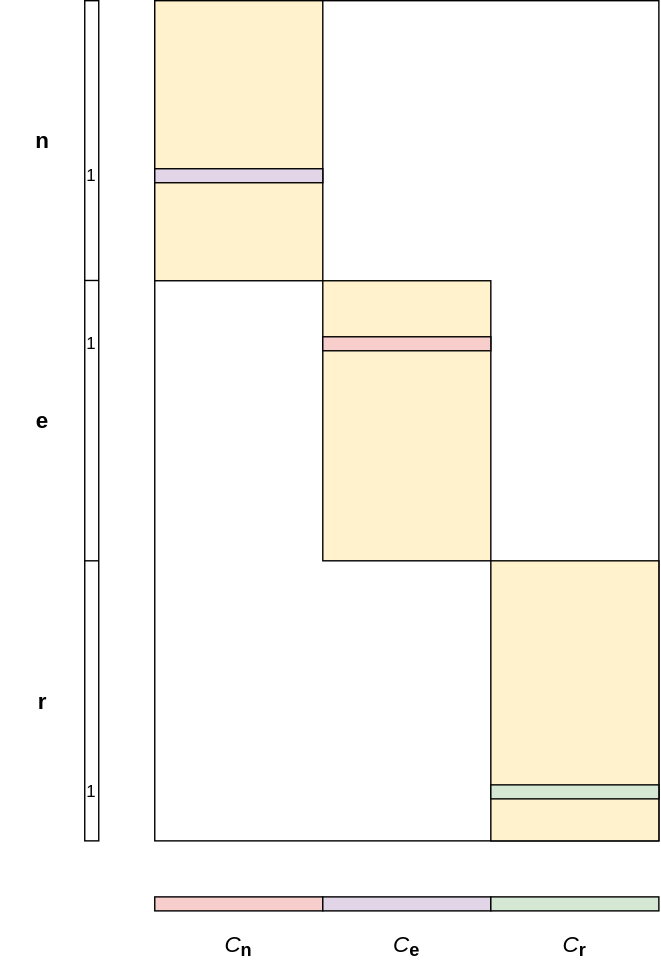
Earlier version of the draw.io export docs/img/embedding.drawio.svg (particle1331/ok-transformer). Source tidied: cells renumbered, new cells last; positions are measured from the earlier drawing's top-left corner, leaving out a move shared by most shapes.
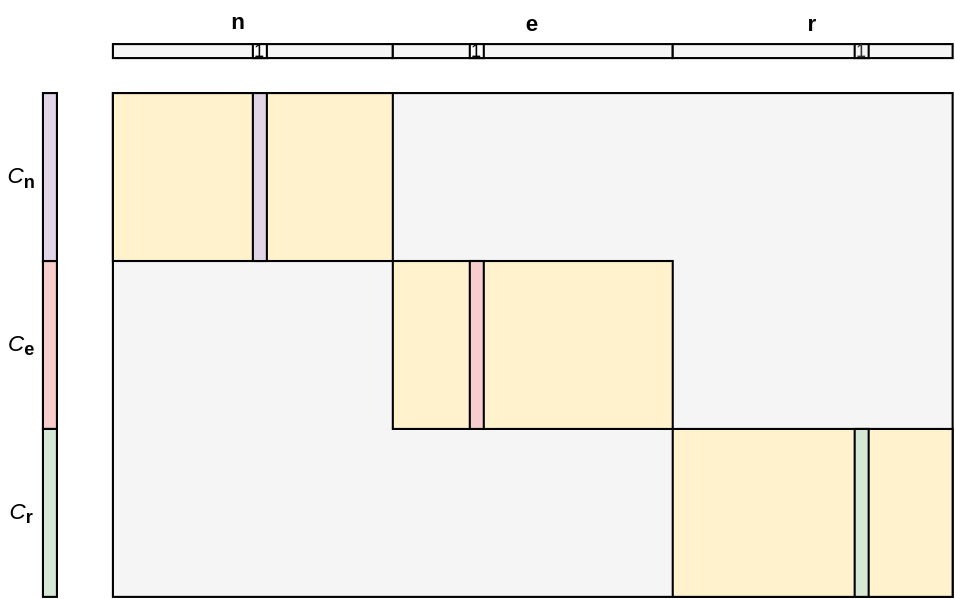
The same file after the commit.

Commit message:
fix: update nn diagram; plot best fit line

What changed in the source:
```diff
@@ -2,74 +2,80 @@
   <root>
     <mxCell id="0" />
     <mxCell id="1" parent="0" />
+    <mxCell id="24" style="rounded=0;whiteSpace=wrap;html=1;fontSize=18;direction=west;strokeWidth=1.5;fillColor=#f5f5f5;fontColor=#333333;strokeColor=#000000;" parent="1" vertex="1">
+      <mxGeometry x="-10" y="85" width="200" height="10" as="geometry" />
+    </mxCell>
-    <mxCell id="2" style="rounded=0;whiteSpace=wrap;html=1;fillColor=none;" parent="1" vertex="1">
-      <mxGeometry x="110" width="360" height="600" as="geometry" />
+    <mxCell id="2" style="rounded=0;whiteSpace=wrap;html=1;fillColor=#f5f5f5;direction=south;strokeWidth=1.5;fontColor=#333333;strokeColor=#000000;" parent="1" vertex="1">
+      <mxGeometry x="-10" y="120" width="600" height="360" as="geometry" />
     </mxCell>
-    <mxCell id="3" style="rounded=0;whiteSpace=wrap;html=1;fontSize=18;fillColor=#fff2cc;strokeColor=#000000;" parent="1" vertex="1">
-      <mxGeometry x="110" width="120" height="200" as="geometry" />
+    <mxCell id="3" style="rounded=0;whiteSpace=wrap;html=1;fontSize=18;fillColor=#fff2cc;strokeColor=#000000;direction=south;strokeWidth=1.5;" parent="1" vertex="1">
+      <mxGeometry x="-10" y="120" width="200" height="120" as="geometry" />
     </mxCell>
-    <mxCell id="4" style="rounded=0;whiteSpace=wrap;html=1;fontSize=18;fillColor=#fff2cc;strokeColor=#000000;" parent="1" vertex="1">
-      <mxGeometry x="230" y="200" width="120" height="200" as="geometry" />
+    <mxCell id="4" style="rounded=0;whiteSpace=wrap;html=1;fontSize=18;fillColor=#fff2cc;strokeColor=#000000;direction=south;strokeWidth=1.5;" parent="1" vertex="1">
+      <mxGeometry x="190" y="240" width="200" height="120" as="geometry" />
     </mxCell>
-    <mxCell id="5" style="rounded=0;whiteSpace=wrap;html=1;fontSize=18;fillColor=#e1d5e7;strokeColor=#000000;" parent="1" vertex="1">
-      <mxGeometry x="110" y="120" width="120" height="10" as="geometry" />
+    <mxCell id="5" style="rounded=0;whiteSpace=wrap;html=1;fontSize=18;fillColor=#e1d5e7;strokeColor=#000000;direction=south;strokeWidth=1.5;" parent="1" vertex="1">
+      <mxGeometry x="90" y="120" width="10" height="120" as="geometry" />
     </mxCell>
-    <mxCell id="6" style="rounded=0;whiteSpace=wrap;html=1;fontSize=18;fillColor=#fff2cc;strokeColor=#000000;" parent="1" vertex="1">
-      <mxGeometry x="350" y="400" width="120" height="200" as="geometry" />
+    <mxCell id="6" style="rounded=0;whiteSpace=wrap;html=1;fontSize=18;fillColor=#fff2cc;strokeColor=#000000;direction=south;strokeWidth=1.5;" parent="1" vertex="1">
+      <mxGeometry x="390" y="360" width="200" height="120" as="geometry" />
     </mxCell>
-    <mxCell id="7" style="rounded=0;whiteSpace=wrap;html=1;fontSize=18;fillColor=#d5e8d4;strokeColor=#000000;" parent="1" vertex="1">
-      <mxGeometry x="350" y="560" width="120" height="10" as="geometry" />
+    <mxCell id="7" style="rounded=0;whiteSpace=wrap;html=1;fontSize=18;fillColor=#d5e8d4;strokeColor=#000000;direction=south;strokeWidth=1.5;" parent="1" vertex="1">
+      <mxGeometry x="520" y="360" width="10" height="120" as="geometry" />
     </mxCell>
-    <mxCell id="8" style="rounded=0;whiteSpace=wrap;html=1;fontSize=18;fillColor=#f8cecc;strokeColor=#000000;" parent="1" vertex="1">
-      <mxGeometry x="110" y="640" width="120" height="10" as="geometry" />
+    <mxCell id="8" style="rounded=0;whiteSpace=wrap;html=1;fontSize=18;fillColor=#f8cecc;strokeColor=#000000;direction=south;strokeWidth=1.5;" parent="1" vertex="1">
+      <mxGeometry x="-60" y="240" width="10" height="120" as="geometry" />
     </mxCell>
-    <mxCell id="9" style="rounded=0;whiteSpace=wrap;html=1;fontSize=18;fillColor=#e1d5e7;strokeColor=#000000;" parent="1" vertex="1">
-      <mxGeometry x="230" y="640" width="120" height="10" as="geometry" />
+    <mxCell id="9" style="rounded=0;whiteSpace=wrap;html=1;fontSize=18;fillColor=#e1d5e7;strokeColor=#000000;direction=south;strokeWidth=1.5;" parent="1" vertex="1">
+      <mxGeometry x="-60" y="120" width="10" height="120" as="geometry" />
     </mxCell>
-    <mxCell id="10" style="rounded=0;whiteSpace=wrap;html=1;fontSize=18;fillColor=#d5e8d4;strokeColor=#000000;" parent="1" vertex="1">
-      <mxGeometry x="350" y="640" width="120" height="10" as="geometry" />
+    <mxCell id="10" style="rounded=0;whiteSpace=wrap;html=1;fontSize=18;fillColor=#d5e8d4;strokeColor=#000000;direction=south;strokeWidth=1.5;" parent="1" vertex="1">
+      <mxGeometry x="-60" y="360" width="10" height="120" as="geometry" />
     </mxCell>
-    <mxCell id="11" style="rounded=0;whiteSpace=wrap;html=1;fillColor=none;" parent="1" vertex="1">
-      <mxGeometry x="60" width="10" height="600" as="geometry" />
-    </mxCell>
-    <mxCell id="12" value="1" style="text;html=1;strokeColor=none;fillColor=none;align=center;verticalAlign=middle;whiteSpace=wrap;rounded=0;" parent="1" vertex="1">
-      <mxGeometry x="35" y="110" width="60" height="30" as="geometry" />
+    <mxCell id="12" value="1" style="text;html=1;strokeColor=none;fillColor=none;align=center;verticalAlign=middle;whiteSpace=wrap;rounded=0;direction=west;fontSize=13;fontStyle=1;" parent="1" vertex="1">
+      <mxGeometry x="65" y="75" width="60" height="30" as="geometry" />
     </mxCell>
-    <mxCell id="13" value="1" style="text;html=1;strokeColor=none;fillColor=none;align=center;verticalAlign=middle;whiteSpace=wrap;rounded=0;" parent="1" vertex="1">
-      <mxGeometry x="35" y="230" width="60" height="30" as="geometry" />
-    </mxCell>
-    <mxCell id="14" value="1" style="text;html=1;strokeColor=none;fillColor=none;align=center;verticalAlign=middle;whiteSpace=wrap;rounded=0;" parent="1" vertex="1">
-      <mxGeometry x="35" y="550" width="60" height="30" as="geometry" />
-    </mxCell>
-    <mxCell id="15" style="endArrow=none;html=1;rounded=0;exitX=-0.014;exitY=0.333;exitDx=0;exitDy=0;exitPerimeter=0;entryX=1.004;entryY=0.333;entryDx=0;entryDy=0;entryPerimeter=0;" parent="1" edge="1" source="11" target="11">
-      <mxGeometry relative="1" as="geometry" />
-    </mxCell>
-    <mxCell id="16" style="endArrow=none;html=1;rounded=0;exitX=-0.014;exitY=0.333;exitDx=0;exitDy=0;exitPerimeter=0;entryX=1.004;entryY=0.333;entryDx=0;entryDy=0;entryPerimeter=0;" parent="1" edge="1">
-      <mxGeometry relative="1" as="geometry">
-        <mxPoint x="60" y="400" as="sourcePoint" />
-        <mxPoint x="70.2" y="400" as="targetPoint" />
-      </mxGeometry>
-    </mxCell>
-    <mxCell id="17" style="rounded=0;whiteSpace=wrap;html=1;fontSize=18;fillColor=#f8cecc;strokeColor=#000000;" parent="1" vertex="1">
-      <mxGeometry x="230" y="240" width="120" height="10" as="geometry" />
+    <mxCell id="17" style="rounded=0;whiteSpace=wrap;html=1;fontSize=18;fillColor=#f8cecc;strokeColor=#000000;direction=south;strokeWidth=1.5;" parent="1" vertex="1">
+      <mxGeometry x="245" y="240" width="10" height="120" as="geometry" />
     </mxCell>
-    <mxCell id="18" value="&lt;b&gt;&lt;font style=&quot;font-size: 16px;&quot;&gt;n&lt;/font&gt;&lt;/b&gt;" style="text;html=1;strokeColor=none;fillColor=none;align=center;verticalAlign=middle;whiteSpace=wrap;rounded=0;" parent="1" vertex="1">
-      <mxGeometry y="85" width="60" height="30" as="geometry" />
+    <mxCell id="18" value="&lt;b&gt;&lt;font style=&quot;font-size: 16px;&quot;&gt;n&lt;/font&gt;&lt;/b&gt;" style="text;html=1;strokeColor=none;fillColor=none;align=center;verticalAlign=middle;whiteSpace=wrap;rounded=0;direction=west;" parent="1" vertex="1">
+      <mxGeometry x="50" y="54" width="60" height="30" as="geometry" />
     </mxCell>
-    <mxCell id="19" value="&lt;b&gt;&lt;font style=&quot;font-size: 16px;&quot;&gt;e&lt;/font&gt;&lt;/b&gt;" style="text;html=1;strokeColor=none;fillColor=none;align=center;verticalAlign=middle;whiteSpace=wrap;rounded=0;" parent="1" vertex="1">
-      <mxGeometry y="285" width="60" height="30" as="geometry" />
+    <mxCell id="19" value="&lt;b&gt;&lt;font style=&quot;font-size: 16px;&quot;&gt;e&lt;/font&gt;&lt;/b&gt;" style="text;html=1;strokeColor=none;fillColor=none;align=center;verticalAlign=middle;whiteSpace=wrap;rounded=0;direction=west;" parent="1" vertex="1">
+      <mxGeometry x="260" y="55" width="60" height="30" as="geometry" />
     </mxCell>
-    <mxCell id="20" value="&lt;b&gt;&lt;font style=&quot;font-size: 16px;&quot;&gt;r&lt;/font&gt;&lt;/b&gt;" style="text;html=1;strokeColor=none;fillColor=none;align=center;verticalAlign=middle;whiteSpace=wrap;rounded=0;" parent="1" vertex="1">
-      <mxGeometry y="485" width="60" height="30" as="geometry" />
+    <mxCell id="20" value="&lt;b&gt;&lt;font style=&quot;font-size: 16px;&quot;&gt;r&lt;/font&gt;&lt;/b&gt;" style="text;html=1;strokeColor=none;fillColor=none;align=center;verticalAlign=middle;whiteSpace=wrap;rounded=0;direction=west;" parent="1" vertex="1">
+      <mxGeometry x="460" y="55" width="60" height="30" as="geometry" />
     </mxCell>
-    <mxCell id="21" value="&lt;font style=&quot;&quot;&gt;&lt;i style=&quot;font-size: 16px;&quot;&gt;C&lt;/i&gt;&lt;sub style=&quot;&quot;&gt;&lt;b style=&quot;&quot;&gt;&lt;font style=&quot;font-size: 13px;&quot;&gt;e&lt;/font&gt;&lt;/b&gt;&lt;/sub&gt;&lt;/font&gt;" style="text;html=1;strokeColor=none;fillColor=none;align=center;verticalAlign=middle;whiteSpace=wrap;rounded=0;" parent="1" vertex="1">
-      <mxGeometry x="260" y="660" width="60" height="30" as="geometry" />
+    <mxCell id="21" value="&lt;font style=&quot;&quot;&gt;&lt;i style=&quot;font-size: 16px;&quot;&gt;C&lt;/i&gt;&lt;sub style=&quot;&quot;&gt;&lt;b style=&quot;&quot;&gt;&lt;font style=&quot;font-size: 13px;&quot;&gt;e&lt;/font&gt;&lt;/b&gt;&lt;/sub&gt;&lt;/font&gt;" style="text;html=1;strokeColor=none;fillColor=none;align=center;verticalAlign=middle;whiteSpace=wrap;rounded=0;direction=south;" parent="1" vertex="1">
+      <mxGeometry x="-90" y="280" width="30" height="40" as="geometry" />
     </mxCell>
-    <mxCell id="22" value="&lt;font style=&quot;&quot;&gt;&lt;i style=&quot;font-size: 16px;&quot;&gt;C&lt;/i&gt;&lt;b style=&quot;&quot;&gt;&lt;sub style=&quot;&quot;&gt;&lt;font style=&quot;font-size: 13px;&quot;&gt;n&lt;/font&gt;&lt;/sub&gt;&lt;/b&gt;&lt;/font&gt;" style="text;html=1;strokeColor=none;fillColor=none;align=center;verticalAlign=middle;whiteSpace=wrap;rounded=0;" parent="1" vertex="1">
-      <mxGeometry x="140" y="660" width="60" height="30" as="geometry" />
+    <mxCell id="22" value="&lt;font style=&quot;&quot;&gt;&lt;i style=&quot;font-size: 16px;&quot;&gt;C&lt;/i&gt;&lt;b style=&quot;&quot;&gt;&lt;sub style=&quot;&quot;&gt;&lt;font style=&quot;font-size: 13px;&quot;&gt;n&lt;/font&gt;&lt;/sub&gt;&lt;/b&gt;&lt;/font&gt;" style="text;html=1;strokeColor=none;fillColor=none;align=center;verticalAlign=middle;whiteSpace=wrap;rounded=0;direction=south;" parent="1" vertex="1">
+      <mxGeometry x="-90" y="160" width="30" height="40" as="geometry" />
     </mxCell>
-    <mxCell id="23" value="&lt;font style=&quot;&quot;&gt;&lt;i style=&quot;font-size: 16px;&quot;&gt;C&lt;/i&gt;&lt;sub style=&quot;&quot;&gt;&lt;b style=&quot;&quot;&gt;&lt;font style=&quot;font-size: 13px;&quot;&gt;r&lt;/font&gt;&lt;/b&gt;&lt;/sub&gt;&lt;/font&gt;" style="text;html=1;strokeColor=none;fillColor=none;align=center;verticalAlign=middle;whiteSpace=wrap;rounded=0;" parent="1" vertex="1">
-      <mxGeometry x="380" y="660" width="60" height="30" as="geometry" />
+    <mxCell id="23" value="&lt;font style=&quot;&quot;&gt;&lt;i style=&quot;font-size: 16px;&quot;&gt;C&lt;/i&gt;&lt;sub style=&quot;&quot;&gt;&lt;b style=&quot;&quot;&gt;&lt;font style=&quot;font-size: 13px;&quot;&gt;r&lt;/font&gt;&lt;/b&gt;&lt;/sub&gt;&lt;/font&gt;" style="text;html=1;strokeColor=none;fillColor=none;align=center;verticalAlign=middle;whiteSpace=wrap;rounded=0;direction=south;" parent="1" vertex="1">
+      <mxGeometry x="-90" y="400" width="30" height="40" as="geometry" />
     </mxCell>
+    <mxCell id="25" style="rounded=0;whiteSpace=wrap;html=1;fontSize=18;direction=west;strokeWidth=1.5;fillColor=#f5f5f5;fontColor=#333333;strokeColor=#000000;" parent="1" vertex="1">
+      <mxGeometry x="190" y="85" width="200" height="10" as="geometry" />
+    </mxCell>
+    <mxCell id="26" style="rounded=0;whiteSpace=wrap;html=1;fontSize=18;direction=west;strokeWidth=1.5;fillColor=#f5f5f5;fontColor=#333333;strokeColor=#000000;" parent="1" vertex="1">
+      <mxGeometry x="390" y="85" width="200" height="10" as="geometry" />
+    </mxCell>
+    <mxCell id="13" value="1" style="text;html=1;strokeColor=none;fillColor=none;align=center;verticalAlign=middle;whiteSpace=wrap;rounded=0;direction=west;fontSize=13;fontStyle=1;" parent="1" vertex="1">
+      <mxGeometry x="220" y="75" width="60" height="30" as="geometry" />
+    </mxCell>
+    <mxCell id="14" value="1" style="text;html=1;strokeColor=none;fillColor=none;align=center;verticalAlign=middle;whiteSpace=wrap;rounded=0;direction=west;fontSize=13;fontStyle=1;" parent="1" vertex="1">
+      <mxGeometry x="495" y="75" width="60" height="30" as="geometry" />
+    </mxCell>
+    <mxCell id="27" value="1" style="whiteSpace=wrap;html=1;strokeColor=#000000;strokeWidth=1.5;fontSize=13;" parent="1" vertex="1">
+      <mxGeometry x="90" y="85" width="10" height="10" as="geometry" />
+    </mxCell>
+    <mxCell id="28" value="1" style="whiteSpace=wrap;html=1;strokeColor=#000000;strokeWidth=1.5;fontSize=13;" parent="1" vertex="1">
+      <mxGeometry x="245" y="85" width="10" height="10" as="geometry" />
+    </mxCell>
+    <mxCell id="29" value="1" style="whiteSpace=wrap;html=1;strokeColor=#000000;strokeWidth=1.5;fontSize=13;fillColor=#f5f5f5;fontColor=#333333;" parent="1" vertex="1">
+      <mxGeometry x="520" y="85" width="10" height="10" as="geometry" />
+    </mxCell>
   </root>
 </mxGraphModel>
```
